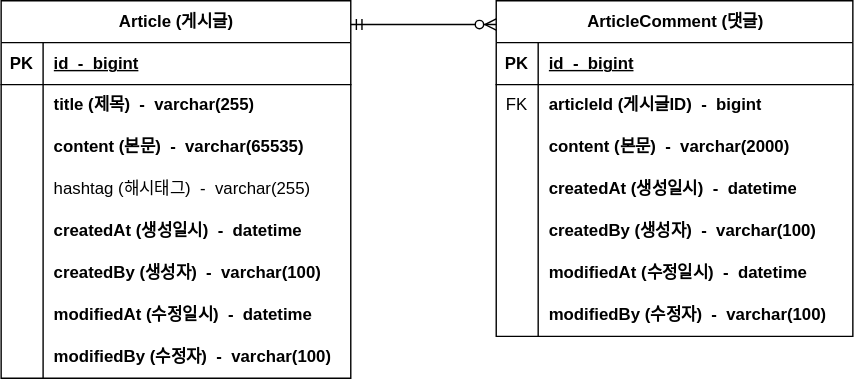
This is document/board_erd.drawio.svg from jeongmin9946/fc-study-board, a draw.io export, as it was before one commit. Source tidied: cells renumbered, new cells last; positions are measured from the earlier drawing's top-left corner, leaving out a move shared by most shapes.
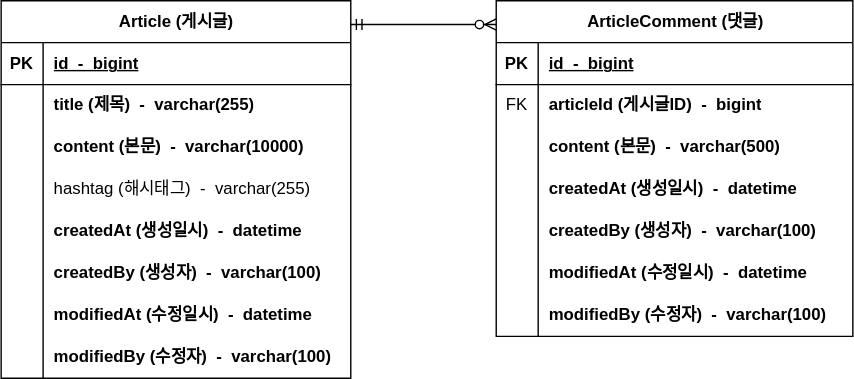
Later version of the same file.

Commit message:
#10 - ERD 업데이트: content 사이즈 축소

The edit, as a diff of the source:
```diff
@@ -29,7 +29,7 @@
     <mxCell id="10" style="shape=partialRectangle;fillColor=none;top=0;left=0;bottom=0;right=0;overflow=hidden;whiteSpace=wrap;html=1;" parent="9" vertex="1">
       <mxGeometry width="30" height="30" as="geometry" />
     </mxCell>
-    <mxCell id="11" value="content (본문)&amp;nbsp; -&amp;nbsp; varchar(65535)" style="shape=partialRectangle;fillColor=none;top=0;left=0;bottom=0;right=0;align=left;spacingLeft=6;overflow=hidden;whiteSpace=wrap;html=1;fontStyle=1;" parent="9" vertex="1">
+    <mxCell id="11" value="content (본문)&amp;nbsp; -&amp;nbsp; varchar(10000)" style="shape=partialRectangle;fillColor=none;top=0;left=0;bottom=0;right=0;align=left;spacingLeft=6;overflow=hidden;whiteSpace=wrap;html=1;fontStyle=1;" parent="9" vertex="1">
       <mxGeometry x="30" width="220" height="30" as="geometry" />
     </mxCell>
     <mxCell id="12" style="shape=tableRow;horizontal=0;startSize=0;swimlaneHead=0;swimlaneBody=0;fillColor=none;top=0;left=0;right=0;bottom=0;" parent="2" vertex="1">
@@ -104,7 +104,7 @@
     <mxCell id="35" style="shape=partialRectangle;fillColor=none;top=0;left=0;bottom=0;right=0;overflow=hidden;whiteSpace=wrap;html=1;" parent="34" vertex="1">
       <mxGeometry width="30" height="30" as="geometry" />
     </mxCell>
-    <mxCell id="36" value="content (본문)&amp;nbsp; -&amp;nbsp; varchar(2000)" style="shape=partialRectangle;fillColor=none;top=0;left=0;bottom=0;right=0;align=left;spacingLeft=6;overflow=hidden;whiteSpace=wrap;html=1;fontStyle=1;" parent="34" vertex="1">
+    <mxCell id="36" value="content (본문)&amp;nbsp; -&amp;nbsp; varchar(500)" style="shape=partialRectangle;fillColor=none;top=0;left=0;bottom=0;right=0;align=left;spacingLeft=6;overflow=hidden;whiteSpace=wrap;html=1;fontStyle=1;" parent="34" vertex="1">
       <mxGeometry x="30" width="225" height="30" as="geometry" />
     </mxCell>
     <mxCell id="37" style="shape=tableRow;horizontal=0;startSize=0;swimlaneHead=0;swimlaneBody=0;fillColor=none;top=0;left=0;right=0;bottom=0;" parent="27" vertex="1">
```
